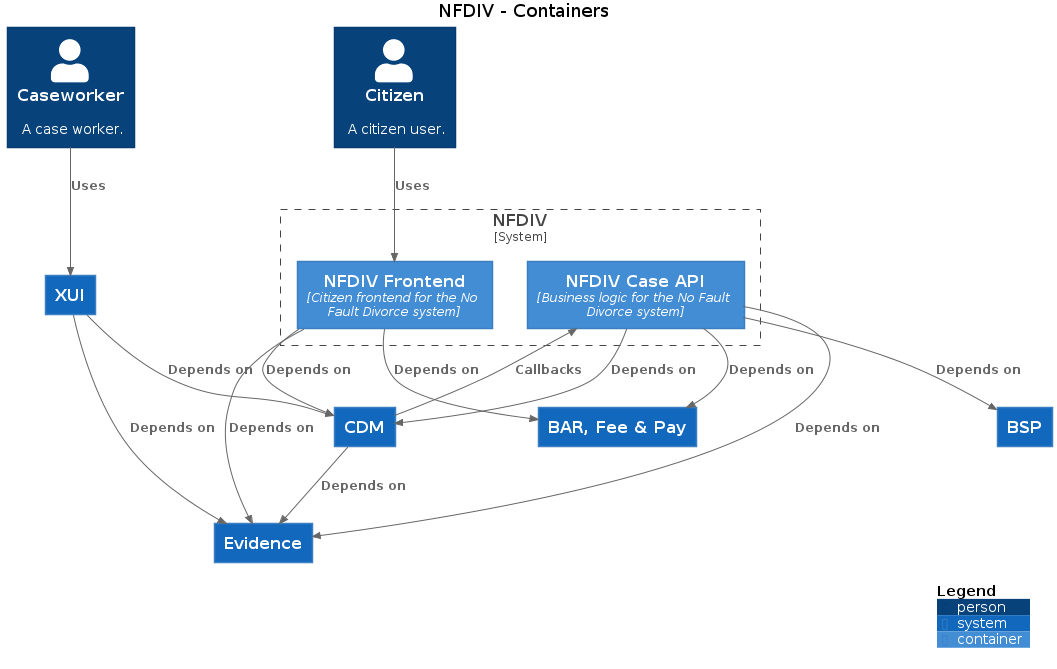
Earlier version of the PlantUML export docs/c4/nfdiv/images/structurizr-nfdiv-overview.png (hmcts/cnp-api-docs). Its diagram source:
```plantuml
@startuml
title NFDIV - Containers

top to bottom direction

!includeurl https://raw.githubusercontent.com/plantuml-stdlib/C4-PlantUML/master/C4.puml
!includeurl https://raw.githubusercontent.com/plantuml-stdlib/C4-PlantUML/master/C4_Context.puml
!includeurl https://raw.githubusercontent.com/plantuml-stdlib/C4-PlantUML/master/C4_Container.puml

Person(Caseworker, "Caseworker", "A case worker.")
System(XUI, "XUI", "")
System(CDM, "CDM", "")
System(BARFeePay, "BAR, Fee & Pay", "")
System(BSP, "BSP", "")
Person(Citizen, "Citizen", "A citizen user.")
System(Evidence, "Evidence", "")

System_Boundary("NFDIV_boundary", "NFDIV") {
  Container(NFDIV.NFDIVFrontend, "NFDIV Frontend", "Citizen frontend for the No Fault Divorce system")
  Container(NFDIV.NFDIVCaseAPI, "NFDIV Case API", "Business logic for the No Fault Divorce system")
}

Rel_D(CDM, Evidence, "Depends on")
Rel_D(XUI, Evidence, "Depends on")
Rel_D(XUI, CDM, "Depends on")
Rel_D(NFDIV.NFDIVFrontend, CDM, "Depends on")
Rel_D(NFDIV.NFDIVFrontend, BARFeePay, "Depends on")
Rel_D(NFDIV.NFDIVFrontend, Evidence, "Depends on")
Rel_D(NFDIV.NFDIVCaseAPI, CDM, "Depends on")
Rel_D(NFDIV.NFDIVCaseAPI, BARFeePay, "Depends on")
Rel_D(NFDIV.NFDIVCaseAPI, Evidence, "Depends on")
Rel_D(NFDIV.NFDIVCaseAPI, BSP, "Depends on")
Rel_D(Caseworker, XUI, "Uses")
Rel_D(Citizen, NFDIV.NFDIVFrontend, "Uses")
Rel_D(CDM, NFDIV.NFDIVCaseAPI, "Callbacks")

SHOW_DYNAMIC_LEGEND()
@enduml
```
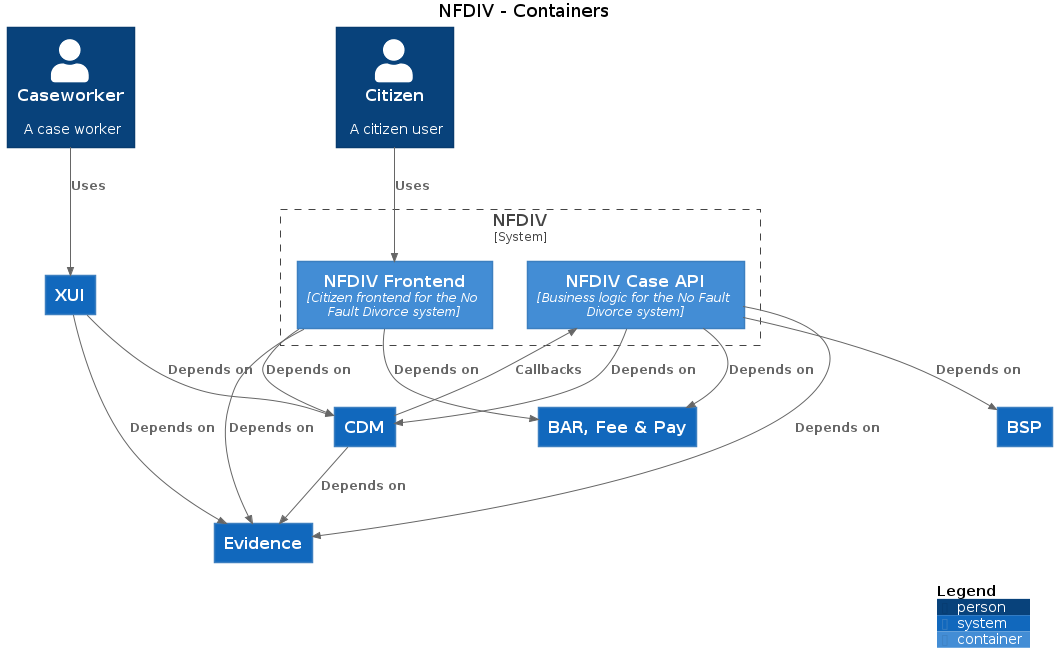
After the commit.

The edit, as a diff of the source:
```diff
@@ -7,12 +7,12 @@
 !includeurl https://raw.githubusercontent.com/plantuml-stdlib/C4-PlantUML/master/C4_Context.puml
 !includeurl https://raw.githubusercontent.com/plantuml-stdlib/C4-PlantUML/master/C4_Container.puml
 
-Person(Caseworker, "Caseworker", "A case worker.")
+Person(Caseworker, "Caseworker", "A case worker")
 System(XUI, "XUI", "")
 System(CDM, "CDM", "")
 System(BARFeePay, "BAR, Fee & Pay", "")
 System(BSP, "BSP", "")
-Person(Citizen, "Citizen", "A citizen user.")
+Person(Citizen, "Citizen", "A citizen user")
 System(Evidence, "Evidence", "")
 
 System_Boundary("NFDIV_boundary", "NFDIV") {
```
